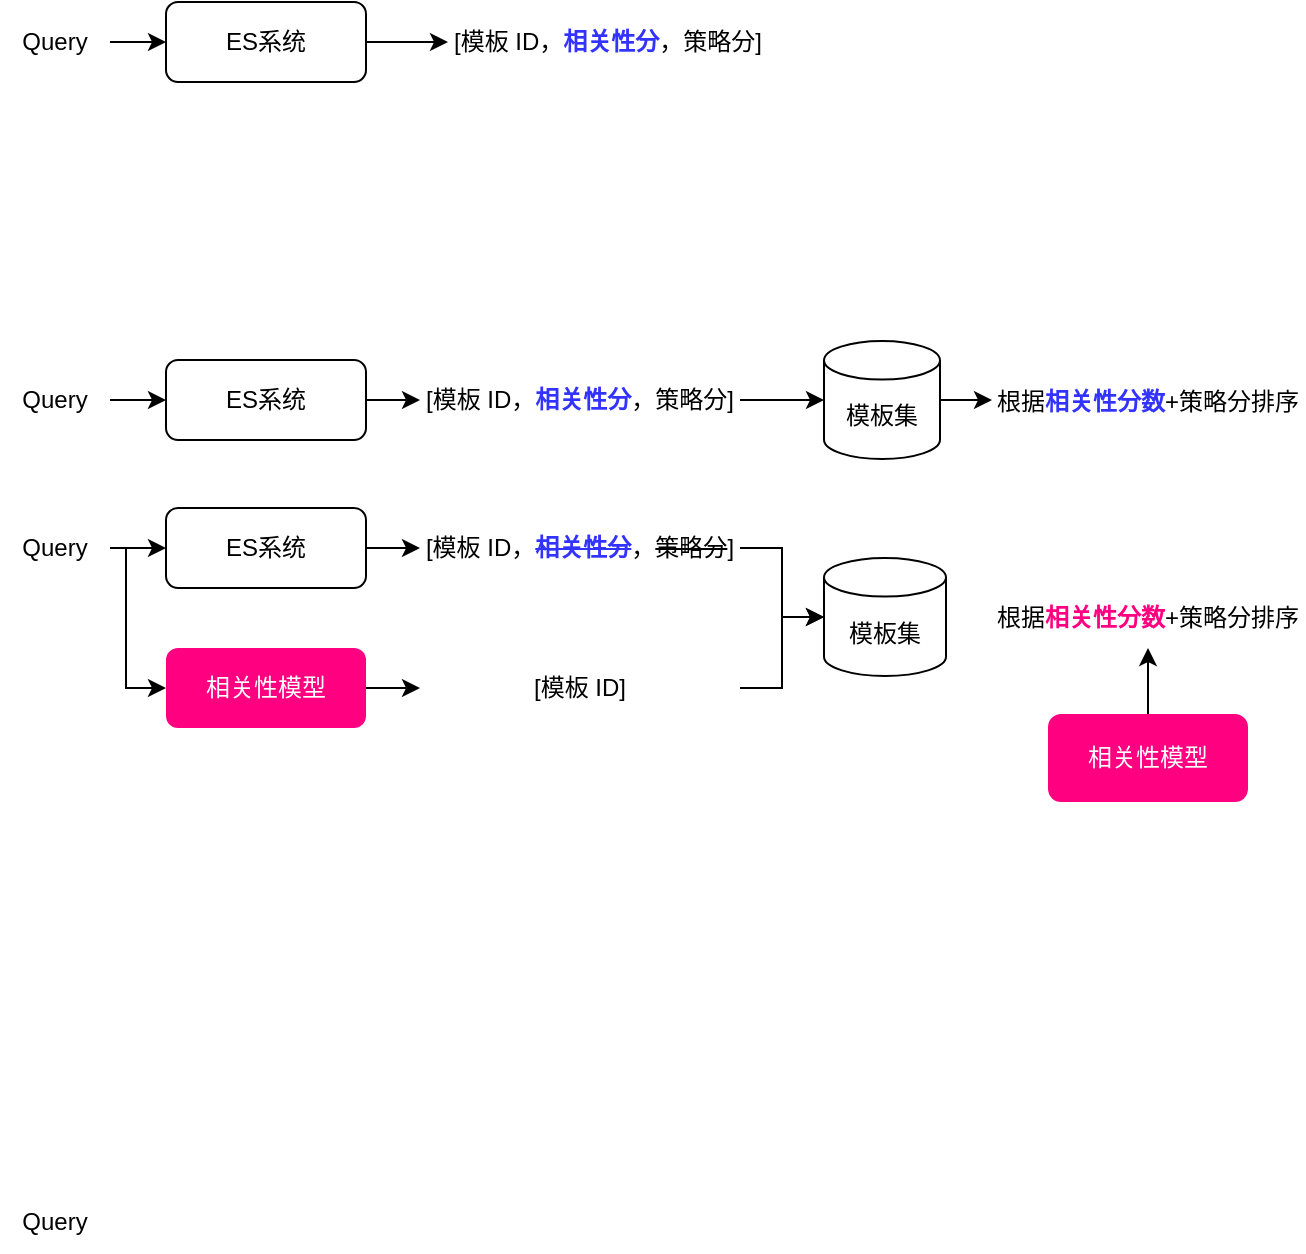
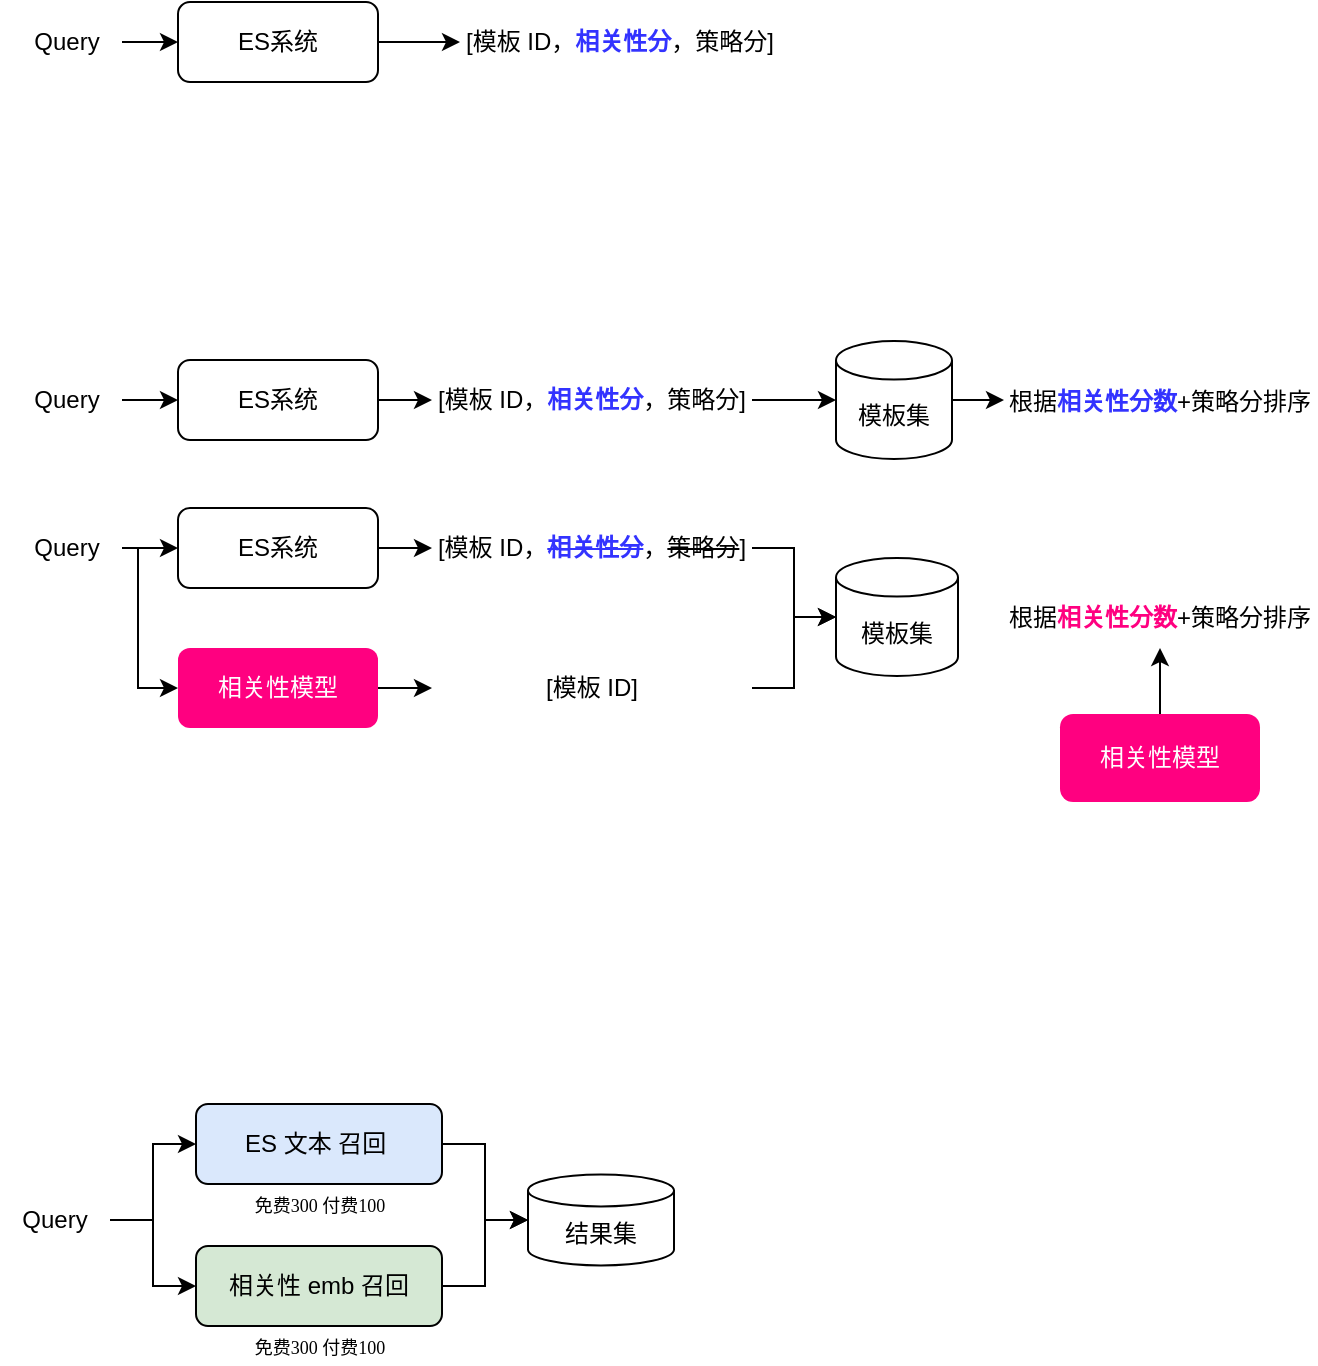
<mxfile host="app.diagrams.net" agent="Mozilla/5.0 (Macintosh; Intel Mac OS X 10_15_7) AppleWebKit/537.36 (KHTML, like Gecko) Chrome/144.0.0.0 Safari/537.36">
  <diagram name="第 1 页" id="uyMwIPwE8jGqM493bscI">
-     <mxGraphModel dx="1222" dy="706" grid="0" gridSize="10" guides="1" tooltips="1" connect="1" arrows="1" fold="1" page="0" pageScale="1" pageWidth="827" pageHeight="1169" math="0" shadow="0">
+     <mxGraphModel dx="873" dy="504" grid="0" gridSize="10" guides="1" tooltips="1" connect="1" arrows="1" fold="1" page="0" pageScale="1" pageWidth="827" pageHeight="1169" math="0" shadow="0">
      <root>
        <mxCell id="0" />
        <mxCell id="1" parent="0" />
        <mxCell id="O6CiZJdHcVNpomKDh7BP-5" edge="1" parent="1" source="O6CiZJdHcVNpomKDh7BP-1" style="edgeStyle=orthogonalEdgeStyle;rounded=0;orthogonalLoop=1;jettySize=auto;html=1;" target="O6CiZJdHcVNpomKDh7BP-4" value="">
          <mxGeometry relative="1" as="geometry" />
        </mxCell>
        <mxCell id="O6CiZJdHcVNpomKDh7BP-1" parent="1" style="rounded=1;whiteSpace=wrap;html=1;" value="ES系统" vertex="1">
          <mxGeometry height="40" width="100" x="239" y="200" as="geometry" />
        </mxCell>
        <mxCell id="O6CiZJdHcVNpomKDh7BP-3" edge="1" parent="1" source="O6CiZJdHcVNpomKDh7BP-2" style="edgeStyle=orthogonalEdgeStyle;rounded=0;orthogonalLoop=1;jettySize=auto;html=1;" target="O6CiZJdHcVNpomKDh7BP-1" value="">
          <mxGeometry relative="1" as="geometry" />
        </mxCell>
        <mxCell id="O6CiZJdHcVNpomKDh7BP-2" parent="1" style="text;html=1;whiteSpace=wrap;strokeColor=none;fillColor=none;align=center;verticalAlign=middle;rounded=0;" value="Query" vertex="1">
          <mxGeometry height="30" width="55" x="156" y="205" as="geometry" />
        </mxCell>
        <mxCell id="O6CiZJdHcVNpomKDh7BP-4" parent="1" style="text;html=1;whiteSpace=wrap;strokeColor=none;fillColor=none;align=center;verticalAlign=middle;rounded=0;" value="[模板 ID，&lt;font style=&quot;color: rgb(51, 51, 255);&quot;&gt;&lt;b&gt;相关性分&lt;/b&gt;&lt;/font&gt;，策略分]" vertex="1">
          <mxGeometry height="30" width="160" x="380" y="205" as="geometry" />
        </mxCell>
        <mxCell id="O6CiZJdHcVNpomKDh7BP-6" edge="1" parent="1" source="O6CiZJdHcVNpomKDh7BP-7" style="edgeStyle=orthogonalEdgeStyle;rounded=0;orthogonalLoop=1;jettySize=auto;html=1;" target="O6CiZJdHcVNpomKDh7BP-10" value="">
          <mxGeometry relative="1" as="geometry" />
        </mxCell>
        <mxCell id="O6CiZJdHcVNpomKDh7BP-7" parent="1" style="rounded=1;whiteSpace=wrap;html=1;" value="ES系统" vertex="1">
          <mxGeometry height="40" width="100" x="239" y="379" as="geometry" />
        </mxCell>
        <mxCell id="O6CiZJdHcVNpomKDh7BP-8" edge="1" parent="1" source="O6CiZJdHcVNpomKDh7BP-9" style="edgeStyle=orthogonalEdgeStyle;rounded=0;orthogonalLoop=1;jettySize=auto;html=1;" target="O6CiZJdHcVNpomKDh7BP-7" value="">
          <mxGeometry relative="1" as="geometry" />
        </mxCell>
        <mxCell id="O6CiZJdHcVNpomKDh7BP-9" parent="1" style="text;html=1;whiteSpace=wrap;strokeColor=none;fillColor=none;align=center;verticalAlign=middle;rounded=0;" value="Query" vertex="1">
          <mxGeometry height="30" width="55" x="156" y="384" as="geometry" />
        </mxCell>
        <mxCell id="O6CiZJdHcVNpomKDh7BP-28" edge="1" parent="1" source="O6CiZJdHcVNpomKDh7BP-10" style="edgeStyle=orthogonalEdgeStyle;rounded=0;orthogonalLoop=1;jettySize=auto;html=1;exitX=1;exitY=0.5;exitDx=0;exitDy=0;" target="O6CiZJdHcVNpomKDh7BP-27">
          <mxGeometry relative="1" as="geometry" />
        </mxCell>
        <mxCell id="O6CiZJdHcVNpomKDh7BP-10" parent="1" style="text;html=1;whiteSpace=wrap;strokeColor=none;fillColor=none;align=center;verticalAlign=middle;rounded=0;" value="[模板 ID，&lt;font style=&quot;color: rgb(51, 51, 255);&quot;&gt;&lt;b&gt;相关性分&lt;/b&gt;&lt;/font&gt;，策略分]" vertex="1">
          <mxGeometry height="30" width="160" x="366" y="384" as="geometry" />
        </mxCell>
        <mxCell id="O6CiZJdHcVNpomKDh7BP-14" edge="1" parent="1" source="O6CiZJdHcVNpomKDh7BP-11" style="edgeStyle=orthogonalEdgeStyle;rounded=0;orthogonalLoop=1;jettySize=auto;html=1;" target="O6CiZJdHcVNpomKDh7BP-12" value="">
          <mxGeometry relative="1" as="geometry" />
        </mxCell>
        <mxCell id="O6CiZJdHcVNpomKDh7BP-15" edge="1" parent="1" source="O6CiZJdHcVNpomKDh7BP-11" style="edgeStyle=orthogonalEdgeStyle;rounded=0;orthogonalLoop=1;jettySize=auto;html=1;exitX=1;exitY=0.5;exitDx=0;exitDy=0;entryX=0;entryY=0.5;entryDx=0;entryDy=0;" target="O6CiZJdHcVNpomKDh7BP-18">
          <mxGeometry relative="1" as="geometry">
            <Array as="points">
              <mxPoint x="219" y="473" />
              <mxPoint x="219" y="543" />
              <mxPoint x="239" y="543" />
            </Array>
            <mxPoint x="239" y="543" as="targetPoint" />
          </mxGeometry>
        </mxCell>
        <mxCell id="O6CiZJdHcVNpomKDh7BP-11" parent="1" style="text;html=1;whiteSpace=wrap;strokeColor=none;fillColor=none;align=center;verticalAlign=middle;rounded=0;" value="Query" vertex="1">
          <mxGeometry height="30" width="55" x="156" y="458" as="geometry" />
        </mxCell>
        <mxCell id="O6CiZJdHcVNpomKDh7BP-17" edge="1" parent="1" source="O6CiZJdHcVNpomKDh7BP-12" style="edgeStyle=orthogonalEdgeStyle;rounded=0;orthogonalLoop=1;jettySize=auto;html=1;exitX=1;exitY=0.5;exitDx=0;exitDy=0;entryX=0;entryY=0.5;entryDx=0;entryDy=0;" target="O6CiZJdHcVNpomKDh7BP-16">
          <mxGeometry relative="1" as="geometry" />
        </mxCell>
        <mxCell id="O6CiZJdHcVNpomKDh7BP-12" parent="1" style="rounded=1;whiteSpace=wrap;html=1;" value="ES系统" vertex="1">
          <mxGeometry height="40" width="100" x="239" y="453" as="geometry" />
        </mxCell>
        <mxCell id="O6CiZJdHcVNpomKDh7BP-24" edge="1" parent="1" source="O6CiZJdHcVNpomKDh7BP-16" style="edgeStyle=orthogonalEdgeStyle;rounded=0;orthogonalLoop=1;jettySize=auto;html=1;exitX=1;exitY=0.5;exitDx=0;exitDy=0;" target="O6CiZJdHcVNpomKDh7BP-23">
          <mxGeometry relative="1" as="geometry" />
        </mxCell>
        <mxCell id="O6CiZJdHcVNpomKDh7BP-16" parent="1" style="text;html=1;whiteSpace=wrap;strokeColor=none;fillColor=none;align=center;verticalAlign=middle;rounded=0;" value="[模板 ID，&lt;font style=&quot;color: rgb(51, 51, 255);&quot;&gt;&lt;b&gt;&lt;strike&gt;相关性分&lt;/strike&gt;&lt;/b&gt;&lt;/font&gt;，&lt;strike&gt;策略分&lt;/strike&gt;]" vertex="1">
          <mxGeometry height="30" width="160" x="366" y="458" as="geometry" />
        </mxCell>
        <mxCell id="O6CiZJdHcVNpomKDh7BP-20" edge="1" parent="1" source="O6CiZJdHcVNpomKDh7BP-18" style="edgeStyle=orthogonalEdgeStyle;rounded=0;orthogonalLoop=1;jettySize=auto;html=1;" target="O6CiZJdHcVNpomKDh7BP-19">
          <mxGeometry relative="1" as="geometry" />
        </mxCell>
        <mxCell id="O6CiZJdHcVNpomKDh7BP-18" parent="1" style="rounded=1;whiteSpace=wrap;html=1;strokeColor=none;fontColor=#FFFFFF;fillColor=#FF0080;" value="相关性模型" vertex="1">
          <mxGeometry height="40" width="100" x="239" y="523" as="geometry" />
        </mxCell>
        <mxCell id="O6CiZJdHcVNpomKDh7BP-19" parent="1" style="text;html=1;whiteSpace=wrap;strokeColor=none;fillColor=none;align=center;verticalAlign=middle;rounded=0;" value="[模板 ID]" vertex="1">
          <mxGeometry height="30" width="160" x="366" y="528" as="geometry" />
        </mxCell>
        <mxCell id="O6CiZJdHcVNpomKDh7BP-32" edge="1" parent="1" source="O6CiZJdHcVNpomKDh7BP-21" style="edgeStyle=orthogonalEdgeStyle;rounded=0;orthogonalLoop=1;jettySize=auto;html=1;entryX=0.5;entryY=1;entryDx=0;entryDy=0;" target="O6CiZJdHcVNpomKDh7BP-31">
          <mxGeometry relative="1" as="geometry" />
        </mxCell>
        <mxCell id="O6CiZJdHcVNpomKDh7BP-21" parent="1" style="rounded=1;whiteSpace=wrap;html=1;fillColor=#FF0080;strokeColor=none;fontColor=#FFFFFF;" value="相关性模型" vertex="1">
          <mxGeometry height="44" width="100" x="680" y="556" as="geometry" />
        </mxCell>
        <mxCell id="O6CiZJdHcVNpomKDh7BP-23" parent="1" style="shape=cylinder3;whiteSpace=wrap;html=1;boundedLbl=1;backgroundOutline=1;size=9.647058823529392;" value="模板集" vertex="1">
          <mxGeometry height="59" width="61" x="568" y="478" as="geometry" />
        </mxCell>
        <mxCell id="O6CiZJdHcVNpomKDh7BP-26" edge="1" parent="1" source="O6CiZJdHcVNpomKDh7BP-19" style="edgeStyle=orthogonalEdgeStyle;rounded=0;orthogonalLoop=1;jettySize=auto;html=1;exitX=1;exitY=0.5;exitDx=0;exitDy=0;entryX=0;entryY=0.5;entryDx=0;entryDy=0;entryPerimeter=0;" target="O6CiZJdHcVNpomKDh7BP-23">
          <mxGeometry relative="1" as="geometry" />
        </mxCell>
        <mxCell id="O6CiZJdHcVNpomKDh7BP-30" edge="1" parent="1" source="O6CiZJdHcVNpomKDh7BP-27" style="edgeStyle=orthogonalEdgeStyle;rounded=0;orthogonalLoop=1;jettySize=auto;html=1;exitX=1;exitY=0.5;exitDx=0;exitDy=0;exitPerimeter=0;entryX=0;entryY=0.5;entryDx=0;entryDy=0;" target="O6CiZJdHcVNpomKDh7BP-29">
          <mxGeometry relative="1" as="geometry" />
        </mxCell>
        <mxCell id="O6CiZJdHcVNpomKDh7BP-27" parent="1" style="shape=cylinder3;whiteSpace=wrap;html=1;boundedLbl=1;backgroundOutline=1;size=9.647058823529392;" value="模板集" vertex="1">
          <mxGeometry height="59" width="58" x="568" y="369.5" as="geometry" />
        </mxCell>
        <mxCell id="O6CiZJdHcVNpomKDh7BP-29" parent="1" style="text;html=1;whiteSpace=wrap;strokeColor=none;fillColor=none;align=center;verticalAlign=middle;rounded=0;" value="根据&lt;font style=&quot;color: rgb(51, 51, 255);&quot;&gt;&lt;b&gt;相关性分数&lt;/b&gt;&lt;/font&gt;+策略分排序" vertex="1">
          <mxGeometry height="31" width="156" x="652" y="384" as="geometry" />
        </mxCell>
        <mxCell id="O6CiZJdHcVNpomKDh7BP-31" parent="1" style="text;html=1;whiteSpace=wrap;strokeColor=none;fillColor=none;align=center;verticalAlign=middle;rounded=0;" value="根据&lt;font style=&quot;color: rgb(255, 0, 128);&quot;&gt;&lt;b&gt;相关性分数&lt;/b&gt;&lt;/font&gt;+策略分排序" vertex="1">
          <mxGeometry height="31" width="156" x="652" y="492" as="geometry" />
        </mxCell>
+         <mxCell id="GK8AZQt4zVpxBLM8WsAE-4" edge="1" parent="1" source="GK8AZQt4zVpxBLM8WsAE-1" style="edgeStyle=orthogonalEdgeStyle;rounded=0;orthogonalLoop=1;jettySize=auto;html=1;entryX=0;entryY=0.5;entryDx=0;entryDy=0;" target="GK8AZQt4zVpxBLM8WsAE-2">
+           <mxGeometry relative="1" as="geometry" />
+         </mxCell>
+         <mxCell id="GK8AZQt4zVpxBLM8WsAE-5" edge="1" parent="1" source="GK8AZQt4zVpxBLM8WsAE-1" style="edgeStyle=orthogonalEdgeStyle;rounded=0;orthogonalLoop=1;jettySize=auto;html=1;exitX=1;exitY=0.5;exitDx=0;exitDy=0;entryX=0;entryY=0.5;entryDx=0;entryDy=0;" target="GK8AZQt4zVpxBLM8WsAE-3">
+           <mxGeometry relative="1" as="geometry" />
+         </mxCell>
        <mxCell id="GK8AZQt4zVpxBLM8WsAE-1" parent="1" style="text;html=1;whiteSpace=wrap;strokeColor=none;fillColor=none;align=center;verticalAlign=middle;rounded=0;" value="Query" vertex="1">
-           <mxGeometry height="30" width="55" x="156" y="795" as="geometry" />
+           <mxGeometry height="30" width="55" x="150" y="794" as="geometry" />
+         </mxCell>
+         <mxCell id="GK8AZQt4zVpxBLM8WsAE-6" edge="1" parent="1" source="GK8AZQt4zVpxBLM8WsAE-2" style="edgeStyle=orthogonalEdgeStyle;rounded=0;orthogonalLoop=1;jettySize=auto;html=1;exitX=1;exitY=0.5;exitDx=0;exitDy=0;entryX=0;entryY=0.5;entryDx=0;entryDy=0;entryPerimeter=0;" target="GK8AZQt4zVpxBLM8WsAE-9">
+           <mxGeometry relative="1" as="geometry">
+             <mxPoint x="402" y="806" as="targetPoint" />
+           </mxGeometry>
+         </mxCell>
+         <mxCell id="GK8AZQt4zVpxBLM8WsAE-2" parent="1" style="rounded=1;whiteSpace=wrap;html=1;fillColor=#dae8fc;strokeColor=#000000;" value="ES 文本 召回&lt;span style=&quot;background-color: transparent; color: light-dark(rgb(0, 0, 0), rgb(255, 255, 255));&quot;&gt;&amp;nbsp;&lt;/span&gt;" vertex="1">
+           <mxGeometry height="40" width="123" x="248" y="751" as="geometry" />
+         </mxCell>
+         <mxCell id="GK8AZQt4zVpxBLM8WsAE-7" edge="1" parent="1" source="GK8AZQt4zVpxBLM8WsAE-3" style="edgeStyle=orthogonalEdgeStyle;rounded=0;orthogonalLoop=1;jettySize=auto;html=1;exitX=1;exitY=0.5;exitDx=0;exitDy=0;entryX=0;entryY=0.5;entryDx=0;entryDy=0;entryPerimeter=0;" target="GK8AZQt4zVpxBLM8WsAE-9">
+           <mxGeometry relative="1" as="geometry">
+             <mxPoint x="388.07142857142867" y="811.7142857142858" as="targetPoint" />
+           </mxGeometry>
+         </mxCell>
+         <mxCell id="GK8AZQt4zVpxBLM8WsAE-3" parent="1" style="rounded=1;whiteSpace=wrap;html=1;fillColor=#d5e8d4;strokeColor=#000000;" value="相关性 emb 召回" vertex="1">
+           <mxGeometry height="40" width="123" x="248" y="822" as="geometry" />
+         </mxCell>
+         <mxCell id="GK8AZQt4zVpxBLM8WsAE-9" parent="1" style="shape=cylinder3;whiteSpace=wrap;html=1;boundedLbl=1;backgroundOutline=1;size=8;" value="结果集" vertex="1">
+           <mxGeometry height="45.5" width="73" x="414" y="786.25" as="geometry" />
+         </mxCell>
+         <mxCell id="GK8AZQt4zVpxBLM8WsAE-12" parent="1" style="text;html=1;whiteSpace=wrap;strokeColor=none;fillColor=none;align=center;verticalAlign=middle;rounded=0;fontFamily=宋体;fontSize=9;" value="免费300 付费100" vertex="1">
+           <mxGeometry height="16" width="88" x="265.5" y="865" as="geometry" />
+         </mxCell>
+         <mxCell id="GK8AZQt4zVpxBLM8WsAE-13" parent="1" style="text;html=1;whiteSpace=wrap;strokeColor=none;fillColor=none;align=center;verticalAlign=middle;rounded=0;fontFamily=宋体;fontSize=9;" value="免费300 付费100" vertex="1">
+           <mxGeometry height="16" width="88" x="265.5" y="794" as="geometry" />
        </mxCell>
      </root>
    </mxGraphModel>
  </diagram>
</mxfile>
